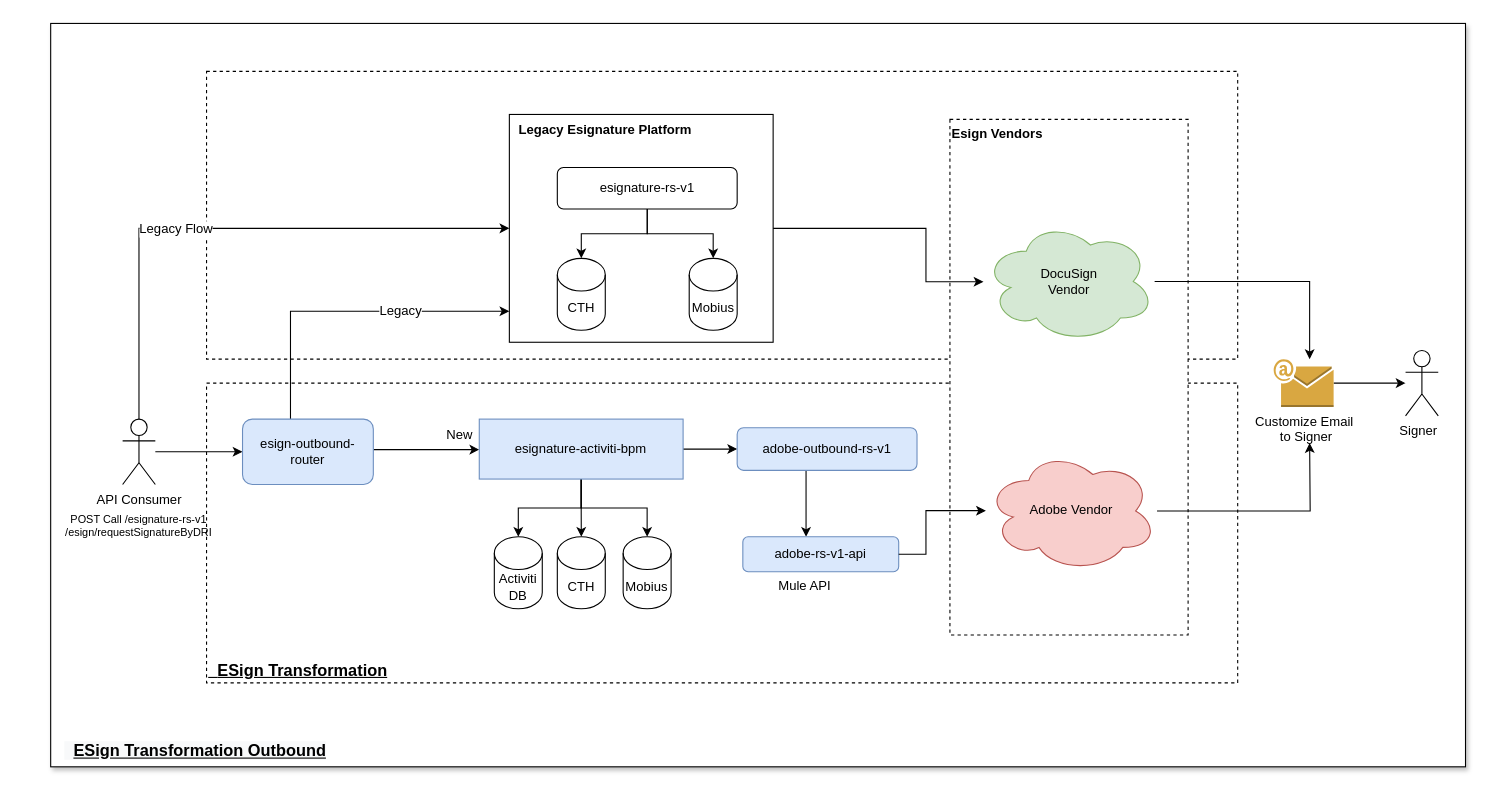
Above: esign-architecture.drawio in Tayyabt120/app-diagrams (draw.io), before the change. Source tidied: cells renumbered, new cells numbered last; positions are measured from the earlier drawing's top-left corner, leaving out a move shared by most shapes. Both pictures are drawn from the tidied source at 109%, with x=0, y=0 at pixel (19, 23).
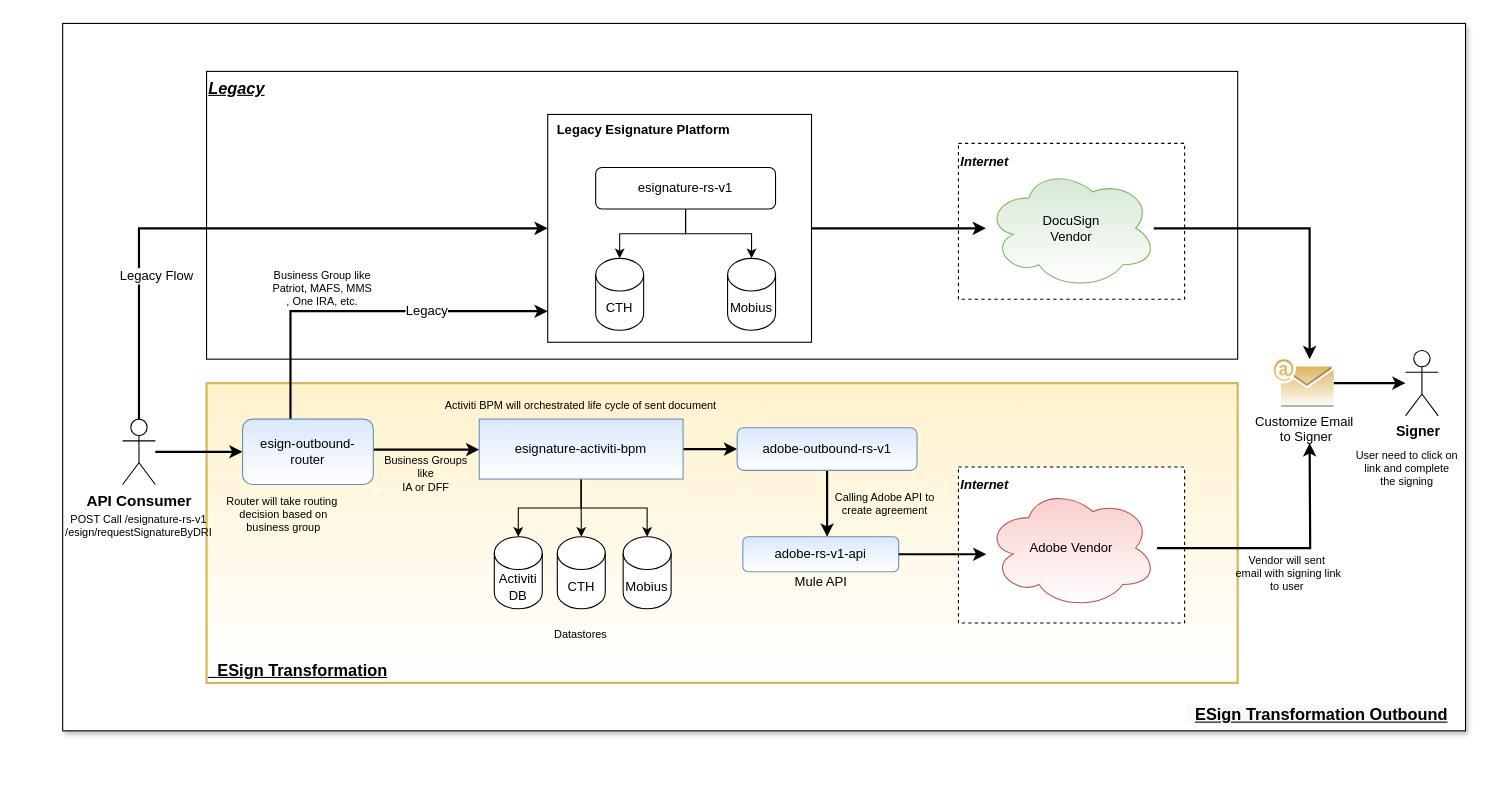
The same diagram, later.

What changed in the source:
```diff
@@
     <mxCell id="2" style="rounded=0;whiteSpace=wrap;html=1;strokeWidth=1;fontSize=15;align=center;glass=0;sketch=0;shadow=1;" parent="1" vertex="1">
-      <mxGeometry x="29" width="1298" height="682" as="geometry" />
+      <mxGeometry x="40" width="1287" height="649" as="geometry" />
     </mxCell>
-    <mxCell id="3" value="&lt;span style=&quot;font-weight: normal&quot;&gt;&amp;nbsp; &lt;/span&gt;ESign Transformation" style="rounded=0;whiteSpace=wrap;html=1;dashed=1;strokeWidth=1;fontSize=15;align=left;verticalAlign=bottom;fontStyle=5;spacingTop=0;" parent="1" vertex="1">
+    <mxCell id="3" value="&lt;span style=&quot;font-weight: normal&quot;&gt;&amp;nbsp; &lt;/span&gt;ESign Transformation" style="rounded=0;whiteSpace=wrap;html=1;strokeWidth=2;fontSize=15;align=left;verticalAlign=bottom;fontStyle=5;spacingTop=0;fillColor=#fff2cc;strokeColor=#d6b656;gradientColor=#ffffff;" parent="1" vertex="1">
       <mxGeometry x="172" y="330" width="946" height="275" as="geometry" />
     </mxCell>
-    <mxCell id="4" style="rounded=0;whiteSpace=wrap;html=1;strokeWidth=1;fontSize=12;align=center;dashed=1;" parent="1" vertex="1">
+    <mxCell id="4" value="Legacy" style="rounded=0;whiteSpace=wrap;html=1;strokeWidth=1;fontSize=15;align=left;verticalAlign=top;fontStyle=7;" parent="1" vertex="1">
       <mxGeometry x="172" y="44" width="946" height="264" as="geometry" />
     </mxCell>
     <mxCell id="5" value="&lt;b&gt;&amp;nbsp; Legacy&amp;nbsp;Esignature Platform&lt;/b&gt;" style="rounded=0;whiteSpace=wrap;html=1;fontSize=12;align=left;verticalAlign=top;" parent="1" vertex="1">
-      <mxGeometry x="449.8" y="83.5" width="242" height="209" as="geometry" />
+      <mxGeometry x="485" y="83.5" width="242" height="209" as="geometry" />
     </mxCell>
-    <mxCell id="6" style="edgeStyle=orthogonalEdgeStyle;rounded=0;jettySize=auto;html=1;fontSize=12;" parent="1" edge="1" source="9" target="15">
+    <mxCell id="6" style="edgeStyle=orthogonalEdgeStyle;rounded=0;jettySize=auto;html=1;fontSize=12;strokeWidth=2;" parent="1" edge="1" source="9" target="15">
       <mxGeometry relative="1" as="geometry" />
     </mxCell>
-    <mxCell id="7" style="edgeStyle=orthogonalEdgeStyle;rounded=0;jettySize=auto;html=1;fontSize=12;" parent="1" edge="1" source="9" target="5">
+    <mxCell id="7" style="edgeStyle=orthogonalEdgeStyle;rounded=0;jettySize=auto;html=1;fontSize=12;strokeWidth=2;" parent="1" edge="1" source="9" target="5">
       <mxGeometry relative="1" as="geometry">
         <Array as="points">
           <mxPoint x="110" y="188" />
         </Array>
       </mxGeometry>
     </mxCell>
     <mxCell id="8" value="Legacy Flow" style="edgeLabel;html=1;align=center;verticalAlign=middle;fontSize=12;" parent="7" vertex="1">
-      <mxGeometry x="-0.19" relative="1" as="geometry" />
+      <mxGeometry x="-0.19" relative="1" as="geometry">
+        <mxPoint x="-33" y="43" as="offset" />
+      </mxGeometry>
     </mxCell>
-    <mxCell id="9" value="API Consumer" style="shape=umlActor;verticalLabelPosition=bottom;verticalAlign=top;html=1;outlineConnect=0;" parent="1" vertex="1">
+    <mxCell id="9" value="API Consumer" style="shape=umlActor;verticalLabelPosition=bottom;verticalAlign=top;html=1;outlineConnect=0;fontSize=14;fontStyle=1;" parent="1" vertex="1">
       <mxGeometry x="95" y="363" width="30" height="60" as="geometry" />
     </mxCell>
@@
-    <mxCell id="11" style="edgeStyle=orthogonalEdgeStyle;rounded=0;jettySize=auto;html=1;fontSize=12;" parent="1" edge="1" source="15" target="20">
+    <mxCell id="11" style="edgeStyle=orthogonalEdgeStyle;rounded=0;jettySize=auto;html=1;fontSize=12;strokeWidth=2;" parent="1" edge="1" source="15" target="20">
       <mxGeometry relative="1" as="geometry">
         <Array as="points">
           <mxPoint x="381" y="391" />
           <mxPoint x="381" y="391" />
         </Array>
       </mxGeometry>
     </mxCell>
-    <mxCell id="12" value="New" style="edgeLabel;html=1;align=center;verticalAlign=middle;fontSize=12;" parent="11" vertex="1">
-      <mxGeometry x="-0.24" y="-2" relative="1" as="geometry">
-        <mxPoint x="41" y="-15.5" as="offset" />
-      </mxGeometry>
-    </mxCell>
-    <mxCell id="13" style="edgeStyle=orthogonalEdgeStyle;rounded=0;jettySize=auto;html=1;fontSize=12;" parent="1" edge="1" source="15" target="5">
+    <mxCell id="13" style="edgeStyle=orthogonalEdgeStyle;rounded=0;jettySize=auto;html=1;fontSize=12;strokeWidth=2;" parent="1" edge="1" source="15" target="5">
       <mxGeometry relative="1" as="geometry">
         <Array as="points">
           <mxPoint x="249" y="264" />
         </Array>
       </mxGeometry>
     </mxCell>
@@
-    <mxCell id="15" value="&lt;font style=&quot;font-size: 12px&quot;&gt;esign-outbound-router&lt;/font&gt;" style="rounded=1;whiteSpace=wrap;html=1;fontSize=12;fillColor=#dae8fc;strokeColor=#6c8ebf;" parent="1" vertex="1">
+    <mxCell id="15" value="&lt;font style=&quot;font-size: 12px&quot;&gt;esign-outbound-router&lt;/font&gt;" style="rounded=1;whiteSpace=wrap;html=1;fontSize=12;fillColor=#dae8fc;strokeColor=#6c8ebf;gradientColor=#ffffff;" parent="1" vertex="1">
       <mxGeometry x="205" y="363" width="120" height="60" as="geometry" />
     </mxCell>
@@
-    <mxCell id="18" style="edgeStyle=orthogonalEdgeStyle;rounded=0;jettySize=auto;html=1;fontSize=12;" parent="1" edge="1" source="20" target="31">
+    <mxCell id="18" style="edgeStyle=orthogonalEdgeStyle;rounded=0;jettySize=auto;html=1;fontSize=12;strokeWidth=2;" parent="1" edge="1" source="20" target="31">
       <mxGeometry relative="1" as="geometry" />
     </mxCell>
@@
-    <mxCell id="20" value="esignature-activiti-bpm" style="rounded=0;whiteSpace=wrap;html=1;fontSize=12;fillColor=#dae8fc;strokeColor=#6c8ebf;" parent="1" vertex="1">
+    <mxCell id="20" value="esignature-activiti-bpm" style="rounded=0;whiteSpace=wrap;html=1;fontSize=12;fillColor=#dae8fc;strokeColor=#6c8ebf;gradientColor=#ffffff;" parent="1" vertex="1">
       <mxGeometry x="422.2" y="363" width="187" height="55" as="geometry" />
     </mxCell>
@@
     <mxCell id="24" value="esignature-rs-v1" style="rounded=1;whiteSpace=wrap;html=1;fontSize=12;" parent="1" vertex="1">
-      <mxGeometry x="493.8" y="132.2" width="165" height="38" as="geometry" />
+      <mxGeometry x="529" y="132.2" width="165" height="38" as="geometry" />
     </mxCell>
     <mxCell id="25" value="CTH" style="shape=cylinder3;whiteSpace=wrap;html=1;boundedLbl=1;backgroundOutline=1;size=15;fontSize=12;align=center;" parent="1" vertex="1">
-      <mxGeometry x="493.8" y="215.5" width="44" height="66" as="geometry" />
+      <mxGeometry x="529" y="215.5" width="44" height="66" as="geometry" />
     </mxCell>
     <mxCell id="26" value="Mobius" style="shape=cylinder3;whiteSpace=wrap;html=1;boundedLbl=1;backgroundOutline=1;size=15;fontSize=12;align=center;" parent="1" vertex="1">
-      <mxGeometry x="614.8" y="215.5" width="44" height="66" as="geometry" />
+      <mxGeometry x="650" y="215.5" width="44" height="66" as="geometry" />
     </mxCell>
-    <mxCell id="27" value="Signer&amp;nbsp;&amp;nbsp;" style="shape=umlActor;verticalLabelPosition=bottom;verticalAlign=top;html=1;outlineConnect=0;fontSize=12;align=center;" parent="1" vertex="1">
+    <mxCell id="27" value="Signer&amp;nbsp;&amp;nbsp;" style="shape=umlActor;verticalLabelPosition=bottom;verticalAlign=top;html=1;outlineConnect=0;fontSize=13;align=center;fontStyle=1;" parent="1" vertex="1">
       <mxGeometry x="1272" y="300" width="30" height="60" as="geometry" />
     </mxCell>
-    <mxCell id="28" style="edgeStyle=orthogonalEdgeStyle;rounded=0;jettySize=auto;html=1;fontSize=12;" parent="1" edge="1" source="29" target="27">
+    <mxCell id="28" style="edgeStyle=orthogonalEdgeStyle;rounded=0;jettySize=auto;html=1;fontSize=12;strokeWidth=2;" parent="1" edge="1" source="29" target="27">
       <mxGeometry relative="1" as="geometry" />
     </mxCell>
-    <mxCell id="29" value="Customize Email&lt;br&gt;&amp;nbsp;to Signer" style="outlineConnect=0;dashed=0;verticalLabelPosition=bottom;verticalAlign=top;align=center;html=1;shape=mxgraph.aws3.email;fillColor=#D9A741;gradientColor=none;fontSize=12;" parent="1" vertex="1">
+    <mxCell id="29" value="Customize Email&lt;br&gt;&amp;nbsp;to Signer" style="outlineConnect=0;dashed=0;verticalLabelPosition=bottom;verticalAlign=top;align=center;html=1;shape=mxgraph.aws3.email;fillColor=#D9A741;fontSize=12;gradientColor=#ffffff;" parent="1" vertex="1">
       <mxGeometry x="1151" y="308" width="55" height="44" as="geometry" />
     </mxCell>
-    <mxCell id="30" style="edgeStyle=orthogonalEdgeStyle;rounded=0;jettySize=auto;html=1;fontSize=12;" parent="1" edge="1" source="31" target="32">
+    <mxCell id="30" style="edgeStyle=orthogonalEdgeStyle;rounded=0;jettySize=auto;html=1;fontSize=12;strokeWidth=2;" parent="1" edge="1" source="31" target="32">
       <mxGeometry relative="1" as="geometry">
         <Array as="points">
-          <mxPoint x="722" y="418" />
-          <mxPoint x="722" y="418" />
+          <mxPoint x="741" y="429" />
+          <mxPoint x="741" y="429" />
         </Array>
       </mxGeometry>
     </mxCell>
-    <mxCell id="31" value="adobe-outbound-rs-v1" style="rounded=1;whiteSpace=wrap;html=1;fontSize=12;align=center;fillColor=#dae8fc;strokeColor=#6c8ebf;" parent="1" vertex="1">
+    <mxCell id="31" value="adobe-outbound-rs-v1" style="rounded=1;whiteSpace=wrap;html=1;fontSize=12;align=center;fillColor=#dae8fc;strokeColor=#6c8ebf;gradientColor=#ffffff;" parent="1" vertex="1">
       <mxGeometry x="658.8" y="371" width="165" height="39" as="geometry" />
     </mxCell>
-    <mxCell id="32" value="adobe-rs-v1-api" style="rounded=1;whiteSpace=wrap;html=1;fontSize=12;align=center;fillColor=#dae8fc;strokeColor=#6c8ebf;" parent="1" vertex="1">
+    <mxCell id="32" value="adobe-rs-v1-api" style="rounded=1;whiteSpace=wrap;html=1;fontSize=12;align=center;fillColor=#dae8fc;strokeColor=#6c8ebf;gradientColor=#ffffff;" parent="1" vertex="1">
       <mxGeometry x="664" y="471" width="143" height="32" as="geometry" />
     </mxCell>
     <mxCell id="33" value="Mule API" style="text;html=1;strokeColor=none;fillColor=none;align=center;verticalAlign=middle;whiteSpace=wrap;rounded=0;fontSize=12;" parent="1" vertex="1">
-      <mxGeometry x="669.8" y="506" width="102" height="20" as="geometry" />
+      <mxGeometry x="684.5" y="503" width="102" height="20" as="geometry" />
     </mxCell>
@@
-    <mxCell id="36" value="&lt;b&gt;Esign Vendors&lt;/b&gt;" style="rounded=0;whiteSpace=wrap;html=1;fontSize=12;align=left;verticalAlign=top;dashed=1;" parent="1" vertex="1">
-      <mxGeometry x="854" y="88" width="218.5" height="473" as="geometry" />
-    </mxCell>
+    <mxCell id="43" value="Activiti&lt;br&gt;DB" style="shape=cylinder3;whiteSpace=wrap;html=1;boundedLbl=1;backgroundOutline=1;size=15;fontSize=12;align=center;" parent="1" vertex="1">
+      <mxGeometry x="436" y="471" width="44" height="66" as="geometry" />
+    </mxCell>
+    <mxCell id="44" value="&lt;span style=&quot;color: rgb(0 , 0 , 0) ; font-family: &amp;#34;helvetica&amp;#34; ; font-size: 15px ; font-style: normal ; letter-spacing: normal ; text-align: left ; text-indent: 0px ; text-transform: none ; word-spacing: 0px ; background-color: rgb(248 , 249 , 250) ; font-weight: normal&quot;&gt;&amp;nbsp;&lt;span&gt;&amp;nbsp;&lt;/span&gt;&lt;/span&gt;&lt;span style=&quot;color: rgb(0 , 0 , 0) ; font-family: &amp;#34;helvetica&amp;#34; ; font-size: 15px ; font-style: normal ; font-weight: 700 ; letter-spacing: normal ; text-align: left ; text-indent: 0px ; text-transform: none ; word-spacing: 0px ; background-color: rgb(248 , 249 , 250) ; text-decoration: underline ; display: inline ; float: none&quot;&gt;ESign Transformation Outbound&lt;/span&gt;" style="text;whiteSpace=wrap;html=1;" parent="1" vertex="1">
+      <mxGeometry x="1069.2" y="619" width="264" height="30" as="geometry" />
+    </mxCell>
+    <mxCell id="45" value="&lt;font style=&quot;font-size: 12px&quot;&gt;&lt;i&gt;&lt;b&gt;Internet&lt;/b&gt;&lt;/i&gt;&lt;/font&gt;" style="rounded=0;whiteSpace=wrap;html=1;fontSize=15;align=left;dashed=1;verticalAlign=top;" parent="1" vertex="1">
+      <mxGeometry x="861.8" y="110" width="207.5" height="143" as="geometry" />
+    </mxCell>
+    <mxCell id="38" value="DocuSign&lt;br&gt;Vendor" style="ellipse;shape=cloud;whiteSpace=wrap;html=1;fontSize=12;align=center;fillColor=#d5e8d4;strokeColor=#82b366;gradientColor=#ffffff;" parent="1" vertex="1">
+      <mxGeometry x="887" y="132.2" width="157" height="111.5" as="geometry" />
+    </mxCell>
-    <mxCell id="37" style="edgeStyle=orthogonalEdgeStyle;rounded=0;jettySize=auto;html=1;fontSize=12;" parent="1" edge="1" source="5" target="38">
-      <mxGeometry relative="1" as="geometry">
-        <Array as="points">
-          <mxPoint x="832" y="188" />
-          <mxPoint x="832" y="237" />
-        </Array>
-      </mxGeometry>
+    <mxCell id="37" style="edgeStyle=orthogonalEdgeStyle;rounded=0;jettySize=auto;html=1;fontSize=12;strokeWidth=2;" parent="1" edge="1" source="5" target="38">
+      <mxGeometry relative="1" as="geometry" />
     </mxCell>
-    <mxCell id="38" value="DocuSign&lt;br&gt;Vendor" style="ellipse;shape=cloud;whiteSpace=wrap;html=1;fontSize=12;align=center;fillColor=#d5e8d4;strokeColor=#82b366;" parent="1" vertex="1">
-      <mxGeometry x="884.8" y="181" width="157" height="111.5" as="geometry" />
-    </mxCell>
+    <mxCell id="46" value="&lt;font style=&quot;font-size: 12px&quot;&gt;&lt;i&gt;&lt;b&gt;Internet&lt;/b&gt;&lt;/i&gt;&lt;/font&gt;" style="rounded=0;whiteSpace=wrap;html=1;fontSize=15;align=left;dashed=1;verticalAlign=top;" parent="1" vertex="1">
+      <mxGeometry x="861.8" y="407" width="207.5" height="143" as="geometry" />
+    </mxCell>
-    <mxCell id="39" value="Adobe Vendor" style="ellipse;shape=cloud;whiteSpace=wrap;html=1;fontSize=12;align=center;fillColor=#f8cecc;strokeColor=#b85450;" parent="1" vertex="1">
-      <mxGeometry x="887" y="391.5" width="157" height="111.5" as="geometry" />
+    <mxCell id="39" value="Adobe Vendor" style="ellipse;shape=cloud;whiteSpace=wrap;html=1;fontSize=12;align=center;fillColor=#f8cecc;strokeColor=#b85450;gradientColor=#ffffff;" parent="1" vertex="1">
+      <mxGeometry x="887" y="425.5" width="157" height="111.5" as="geometry" />
     </mxCell>
+    <mxCell id="42" style="edgeStyle=orthogonalEdgeStyle;rounded=0;jettySize=auto;html=1;fontSize=12;strokeWidth=2;" parent="1" edge="1" source="32" target="39">
+      <mxGeometry relative="1" as="geometry">
+        <Array as="points">
+          <mxPoint x="865" y="487" />
+          <mxPoint x="865" y="487" />
+        </Array>
+      </mxGeometry>
+    </mxCell>
-    <mxCell id="40" style="edgeStyle=orthogonalEdgeStyle;rounded=0;jettySize=auto;html=1;fontSize=12;" parent="1" edge="1" source="39">
+    <mxCell id="40" style="edgeStyle=orthogonalEdgeStyle;rounded=0;jettySize=auto;html=1;fontSize=12;strokeWidth=2;" parent="1" edge="1" source="39">
       <mxGeometry relative="1" as="geometry">
         <mxPoint x="1184" y="385" as="targetPoint" />
       </mxGeometry>
     </mxCell>
-    <mxCell id="41" style="edgeStyle=orthogonalEdgeStyle;rounded=0;jettySize=auto;html=1;fontSize=12;" parent="1" edge="1" source="38" target="29">
+    <mxCell id="41" style="edgeStyle=orthogonalEdgeStyle;rounded=0;jettySize=auto;html=1;fontSize=12;strokeWidth=2;" parent="1" edge="1" target="29">
       <mxGeometry relative="1" as="geometry">
+        <mxPoint x="1041" y="188" as="sourcePoint" />
         <Array as="points">
-          <mxPoint x="1184" y="237" />
+          <mxPoint x="1184" y="188" />
         </Array>
       </mxGeometry>
     </mxCell>
-    <mxCell id="42" style="edgeStyle=orthogonalEdgeStyle;rounded=0;jettySize=auto;html=1;fontSize=12;" parent="1" edge="1" source="32" target="39">
-      <mxGeometry relative="1" as="geometry">
-        <Array as="points">
-          <mxPoint x="832" y="487" />
-          <mxPoint x="832" y="447" />
-        </Array>
-      </mxGeometry>
-    </mxCell>
-    <mxCell id="43" value="Activiti&lt;br&gt;DB" style="shape=cylinder3;whiteSpace=wrap;html=1;boundedLbl=1;backgroundOutline=1;size=15;fontSize=12;align=center;" parent="1" vertex="1">
-      <mxGeometry x="436" y="471" width="44" height="66" as="geometry" />
-    </mxCell>
-    <mxCell id="44" value="&lt;span style=&quot;color: rgb(0 , 0 , 0) ; font-family: &amp;#34;helvetica&amp;#34; ; font-size: 15px ; font-style: normal ; letter-spacing: normal ; text-align: left ; text-indent: 0px ; text-transform: none ; word-spacing: 0px ; background-color: rgb(248 , 249 , 250) ; font-weight: normal&quot;&gt;&amp;nbsp;&lt;span&gt;&amp;nbsp;&lt;/span&gt;&lt;/span&gt;&lt;span style=&quot;color: rgb(0 , 0 , 0) ; font-family: &amp;#34;helvetica&amp;#34; ; font-size: 15px ; font-style: normal ; font-weight: 700 ; letter-spacing: normal ; text-align: left ; text-indent: 0px ; text-transform: none ; word-spacing: 0px ; background-color: rgb(248 , 249 , 250) ; text-decoration: underline ; display: inline ; float: none&quot;&gt;ESign Transformation Outbound&lt;/span&gt;" style="text;whiteSpace=wrap;html=1;" parent="1" vertex="1">
-      <mxGeometry x="40" y="652" width="264" height="30" as="geometry" />
-    </mxCell>
+    <mxCell id="47" value="&lt;font style=&quot;font-size: 10px&quot;&gt;Router will take routing&lt;br&gt;&amp;nbsp;decision based on&lt;br&gt;&amp;nbsp;business group&lt;/font&gt;" style="text;html=1;strokeColor=none;fillColor=none;align=center;verticalAlign=middle;whiteSpace=wrap;rounded=0;fontSize=10;spacing=-12;spacingRight=0;spacingBottom=0;spacingTop=0;" parent="1" vertex="1">
+      <mxGeometry x="183" y="440" width="117" height="20" as="geometry" />
+    </mxCell>
+    <mxCell id="48" style="edgeStyle=orthogonalEdgeStyle;rounded=0;orthogonalLoop=1;jettySize=auto;html=1;exitX=0.5;exitY=1;exitDx=0;exitDy=0;fontSize=15;" parent="1" edge="1" source="47" target="47">
+      <mxGeometry relative="1" as="geometry" />
+    </mxCell>
+    <mxCell id="49" value="&lt;font style=&quot;font-size: 10px&quot;&gt;Activiti BPM will orchestrated life cycle of sent document&lt;/font&gt;" style="text;html=1;strokeColor=none;fillColor=none;align=center;verticalAlign=middle;whiteSpace=wrap;rounded=0;fontSize=10;spacing=-12;spacingRight=0;spacingBottom=0;spacingTop=0;" parent="1" vertex="1">
+      <mxGeometry x="389.2" y="340" width="253" height="20" as="geometry" />
+    </mxCell>
+    <mxCell id="50" value="&lt;font style=&quot;font-size: 10px&quot;&gt;Calling Adobe API to &lt;br&gt;create agreement&lt;/font&gt;" style="text;html=1;strokeColor=none;fillColor=none;align=center;verticalAlign=middle;whiteSpace=wrap;rounded=0;fontSize=10;spacing=-12;spacingRight=0;spacingBottom=0;spacingTop=0;" parent="1" vertex="1">
+      <mxGeometry x="727" y="431" width="134.8" height="20" as="geometry" />
+    </mxCell>
+    <mxCell id="51" style="edgeStyle=orthogonalEdgeStyle;rounded=0;orthogonalLoop=1;jettySize=auto;html=1;exitX=0.5;exitY=1;exitDx=0;exitDy=0;fontSize=10;" parent="1" edge="1" source="50" target="50">
+      <mxGeometry relative="1" as="geometry" />
+    </mxCell>
+    <mxCell id="52" value="Vendor will sent&lt;br&gt;&amp;nbsp;email with signing link &lt;br&gt;to user" style="text;html=1;strokeColor=none;fillColor=none;align=center;verticalAlign=middle;whiteSpace=wrap;rounded=0;fontSize=10;spacing=-12;spacingRight=0;spacingBottom=0;spacingTop=0;" parent="1" vertex="1">
+      <mxGeometry x="1096" y="494" width="134.8" height="20" as="geometry" />
+    </mxCell>
+    <mxCell id="53" value="User need to click on &lt;br&gt;link and complete &lt;br&gt;the signing" style="text;html=1;strokeColor=none;fillColor=none;align=center;verticalAlign=middle;whiteSpace=wrap;rounded=0;fontSize=10;spacing=-12;spacingRight=0;spacingBottom=0;spacingTop=0;" parent="1" vertex="1">
+      <mxGeometry x="1206" y="398" width="134.8" height="20" as="geometry" />
+    </mxCell>
+    <mxCell id="54" style="edgeStyle=orthogonalEdgeStyle;rounded=0;orthogonalLoop=1;jettySize=auto;html=1;exitX=0.5;exitY=1;exitDx=0;exitDy=0;strokeWidth=2;fontSize=10;" parent="1" edge="1" source="47" target="47">
+      <mxGeometry relative="1" as="geometry" />
+    </mxCell>
+    <mxCell id="55" value="Business Groups &lt;br&gt;like&lt;br&gt;IA or DFF" style="text;html=1;strokeColor=none;fillColor=none;align=center;verticalAlign=middle;whiteSpace=wrap;rounded=0;fontSize=10;spacing=-12;spacingRight=0;spacingBottom=0;spacingTop=0;" parent="1" vertex="1">
+      <mxGeometry x="315" y="403" width="117" height="20" as="geometry" />
+    </mxCell>
+    <mxCell id="56" value="Business Group like&lt;br&gt;Patriot, MAFS, MMS&lt;br&gt;, One IRA, etc." style="text;html=1;strokeColor=none;fillColor=none;align=center;verticalAlign=middle;whiteSpace=wrap;rounded=0;fontSize=10;spacing=-12;spacingRight=0;spacingBottom=0;spacingTop=0;" parent="1" vertex="1">
+      <mxGeometry x="220" y="233" width="117" height="20" as="geometry" />
+    </mxCell>
+    <mxCell id="57" value="Datastores" style="text;html=1;strokeColor=none;fillColor=none;align=center;verticalAlign=middle;whiteSpace=wrap;rounded=0;fontSize=10;spacing=-12;spacingRight=0;spacingBottom=0;spacingTop=0;" parent="1" vertex="1">
+      <mxGeometry x="457.2" y="550" width="117" height="20" as="geometry" />
+    </mxCell>
```
